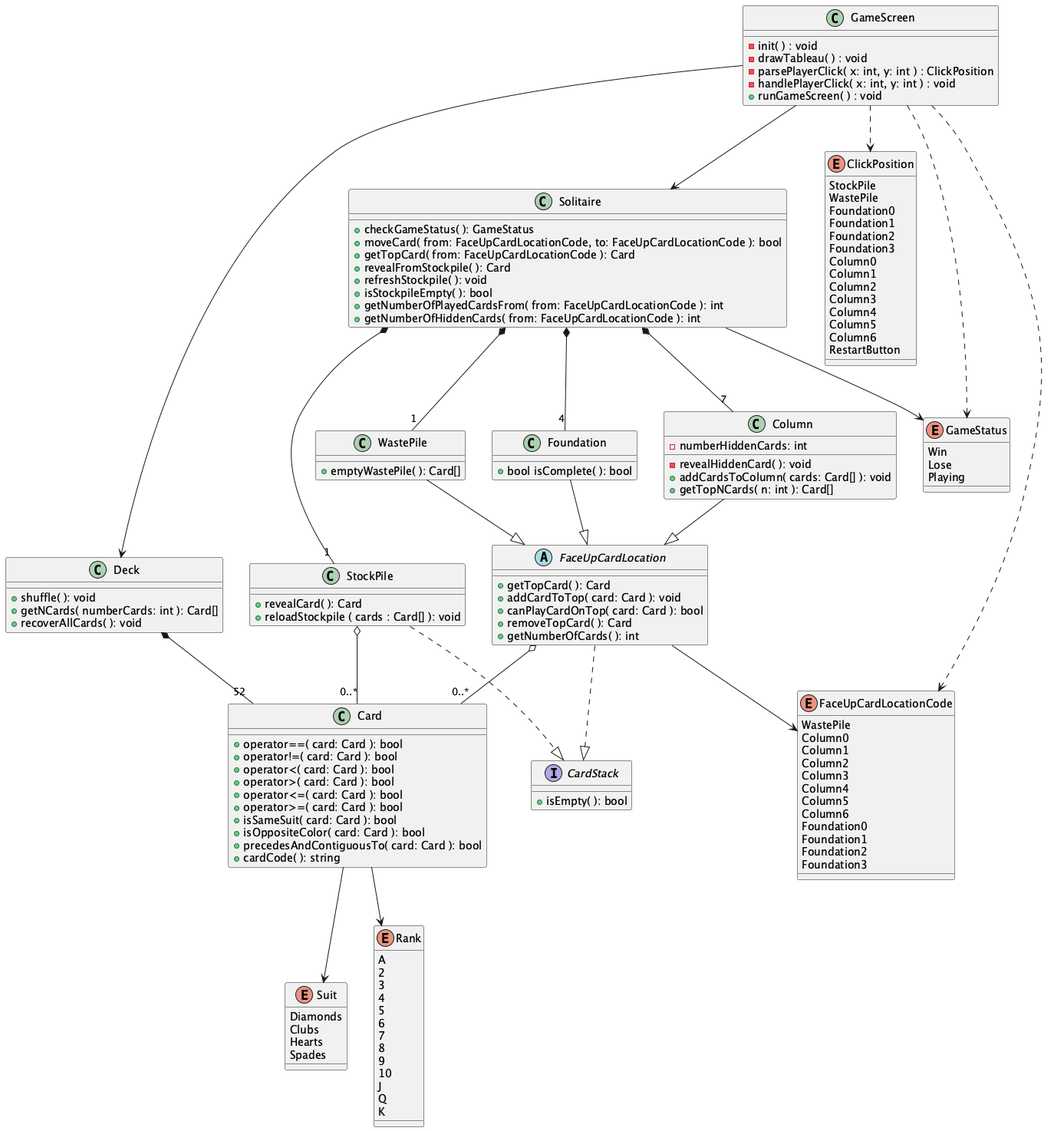
The PlantUML diagram docs/class_diagram.png in CamilaAlvarez/Solitaire-X11, before a commit.
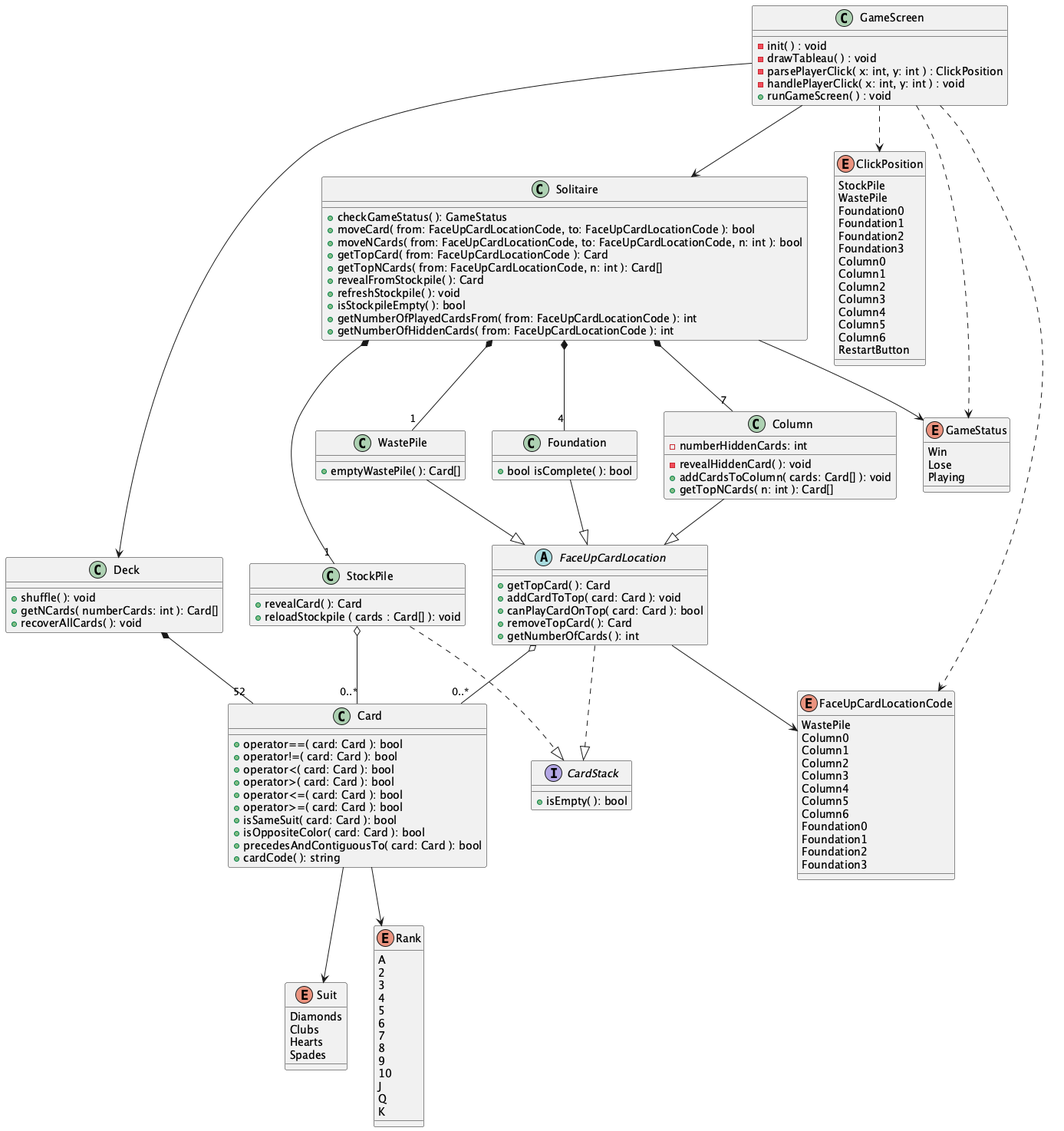
After the commit.

The edit, as a diff of the source:
```diff
@@ -31,7 +31,9 @@
 class Solitaire {
 	+ checkGameStatus( ): GameStatus
 	+ moveCard( from: FaceUpCardLocationCode, to: FaceUpCardLocationCode ): bool
+	+ moveNCards( from: FaceUpCardLocationCode, to: FaceUpCardLocationCode, n: int ): bool
 	+ getTopCard( from: FaceUpCardLocationCode ): Card
+	+ getTopNCards( from: FaceUpCardLocationCode, n: int ): Card[]
 	+ revealFromStockpile( ): Card
 	+ refreshStockpile( ): void
 	+ isStockpileEmpty( ): bool
```
